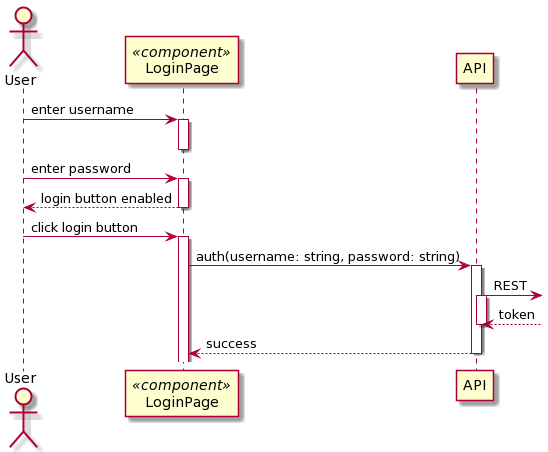
PSE-TECO-2020-TEAM1/e2e-ml_docs keeps this PlantUML diagram as Design/Documentation/figures/seq-desktop-auth.png. Above is the earlier version.
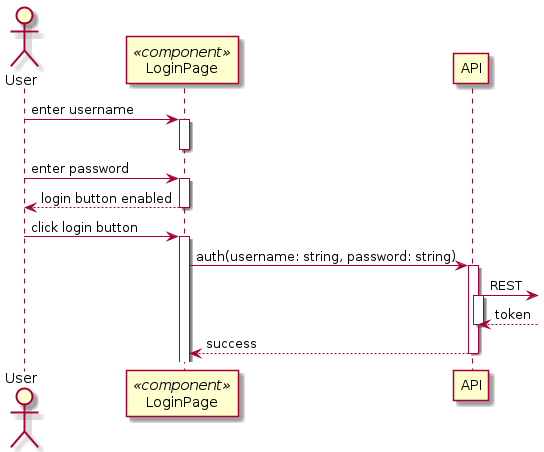
After the commit.

Change to the diagram source:
```diff
@@ -1,4 +1,4 @@
-@startuml
+@startuml Desktop Client - Authentication
 autoactivate on
 
 actor User as u
@@ -15,4 +15,5 @@
 api ->]: REST
 return token
 return success
+
 @enduml
```
